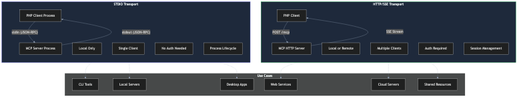
Above: docs/assets/diagrams/transport-comparison.png in rmonsurate/rea-mcp-docs (Mermaid), before the change. Its source is kept beside it as docs/assets/diagrams/transport-comparison.mmd.
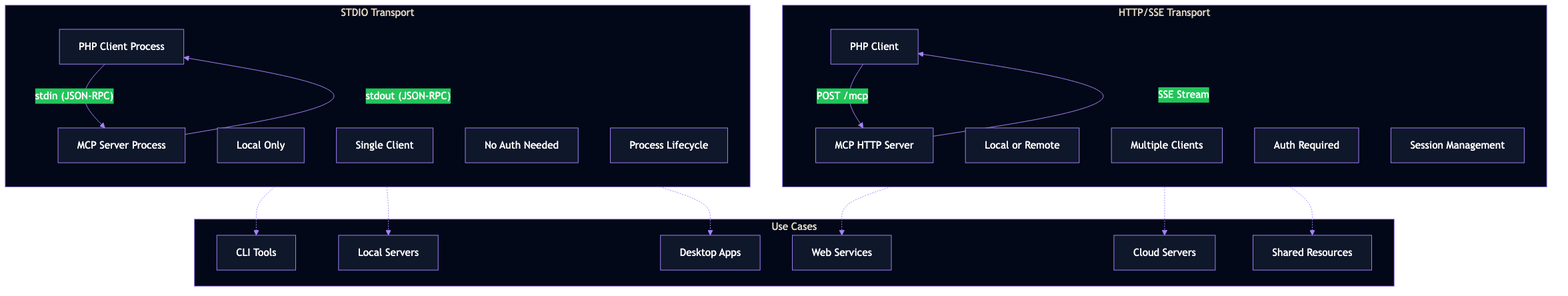
After the commit.

The edit, as a diff of the source:
```diff
@@ -1,38 +1,38 @@
-%%{init: {'theme': 'dark', 'themeVariables': { 'primaryColor': '#6366f1', 'primaryTextColor': '#fff', 'primaryBorderColor': '#818cf8', 'lineColor': '#94a3b8', 'secondaryColor': '#1e293b', 'tertiaryColor': '#334155'}}}%%
+%%{init: {'theme': 'base', 'themeVariables': { 'primaryColor': '#a484fb', 'primaryTextColor': '#ffffff', 'primaryBorderColor': '#a484fb', 'secondaryColor': '#22c55a', 'secondaryTextColor': '#ffffff', 'tertiaryColor': '#1e293b', 'lineColor': '#a484fb', 'textColor': '#f8fafc', 'mainBkg': '#0f172a', 'nodeBorder': '#a484fb', 'clusterBkg': '#020817', 'clusterBorder': '#a484fb', 'nodeTextColor': '#ffffff'}}}%%
 graph TB
     subgraph STDIO["STDIO Transport"]
         direction TB
-        SC[PHP Client Process]
-        SS[MCP Server Process]
+        SC["PHP Client Process"]
+        SS["MCP Server Process"]
         SC -->|"stdin (JSON-RPC)"| SS
         SS -->|"stdout (JSON-RPC)"| SC
 
-        S1[Local Only]
-        S2[Single Client]
-        S3[No Auth Needed]
-        S4[Process Lifecycle]
+        S1["Local Only"]
+        S2["Single Client"]
+        S3["No Auth Needed"]
+        S4["Process Lifecycle"]
     end
 
     subgraph HTTP["HTTP/SSE Transport"]
         direction TB
-        HC[PHP Client]
-        HS[MCP HTTP Server]
+        HC["PHP Client"]
+        HS["MCP HTTP Server"]
         HC -->|"POST /mcp"| HS
         HS -->|"SSE Stream"| HC
 
-        H1[Local or Remote]
-        H2[Multiple Clients]
-        H3[Auth Required]
-        H4[Session Management]
+        H1["Local or Remote"]
+        H2["Multiple Clients"]
+        H3["Auth Required"]
+        H4["Session Management"]
     end
 
     subgraph UseCase["Use Cases"]
-        U1[CLI Tools]
-        U2[Local Servers]
-        U3[Desktop Apps]
-        U4[Web Services]
-        U5[Cloud Servers]
-        U6[Shared Resources]
+        U1["CLI Tools"]
+        U2["Local Servers"]
+        U3["Desktop Apps"]
+        U4["Web Services"]
+        U5["Cloud Servers"]
+        U6["Shared Resources"]
     end
 
     STDIO -.-> U1
@@ -41,6 +41,3 @@
     HTTP -.-> U4
     HTTP -.-> U5
     HTTP -.-> U6
-
-    style STDIO fill:#1e293b,stroke:#6366f1
-    style HTTP fill:#1e293b,stroke:#22c55e
```
